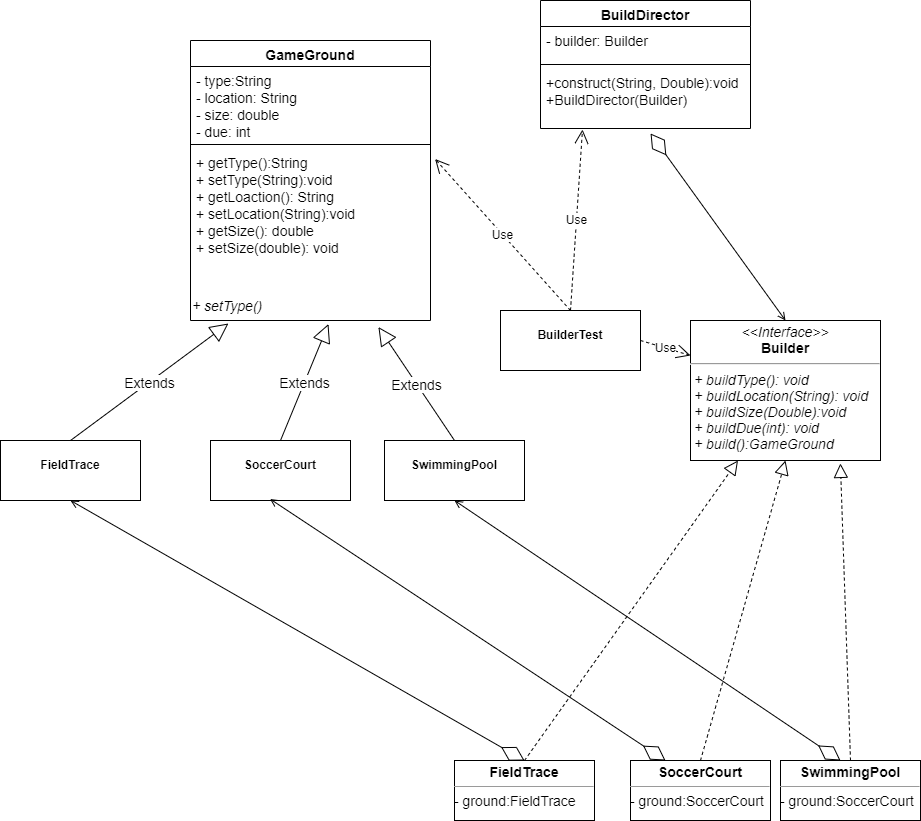
The draw.io diagram class-diagrams/builder.drawio.png in Shankfizz/OlympicGames, before a commit. Source tidied: cells renumbered, new cells last; positions are measured from the earlier drawing's top-left corner, leaving out a move shared by most shapes.
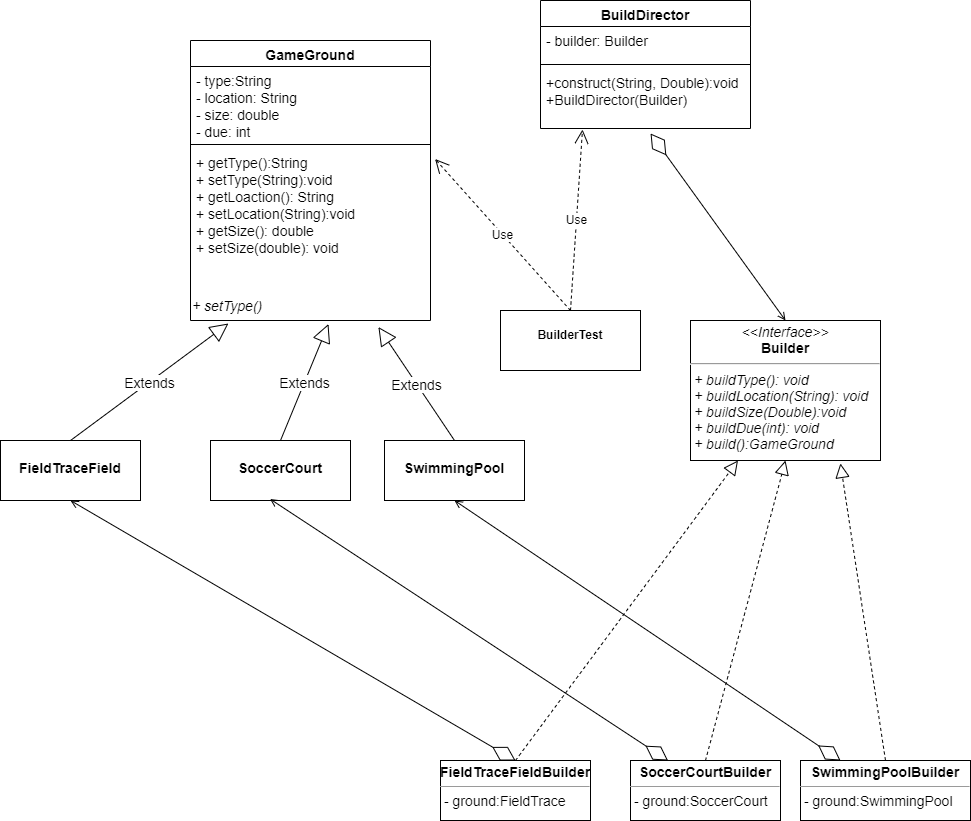
The same diagram one commit later.

Commit message:
too lazy to submit...

The edit, as a diff of the source:
```diff
@@ -17,19 +17,19 @@
     <mxCell id="6" value="&lt;i&gt;+ setType()&lt;/i&gt;" style="text;html=1;strokeColor=none;fillColor=none;align=left;verticalAlign=middle;whiteSpace=wrap;rounded=0;fontSize=14;" parent="2" vertex="1">
       <mxGeometry y="250" width="240" height="30" as="geometry" />
     </mxCell>
-    <mxCell id="7" value="&lt;p style=&quot;margin: 0px ; margin-top: 4px ; text-align: center&quot;&gt;&lt;br&gt;&lt;b&gt;FieldTrace&lt;/b&gt;&lt;/p&gt;" style="verticalAlign=top;align=left;overflow=fill;fontSize=12;fontFamily=Helvetica;html=1;" parent="1" vertex="1">
+    <mxCell id="7" value="&lt;p style=&quot;margin: 4px 0px 0px ; text-align: center ; font-size: 14px&quot;&gt;&lt;br style=&quot;font-size: 14px&quot;&gt;&lt;b style=&quot;font-size: 14px&quot;&gt;FieldTraceField&lt;/b&gt;&lt;/p&gt;" style="verticalAlign=top;align=left;overflow=fill;fontSize=14;fontFamily=Helvetica;html=1;" parent="1" vertex="1">
       <mxGeometry y="440" width="140" height="60" as="geometry" />
     </mxCell>
     <mxCell id="8" value="Extends" style="endArrow=block;endSize=16;endFill=0;html=1;fontSize=14;exitX=0.5;exitY=0;exitDx=0;exitDy=0;entryX=0.158;entryY=1.1;entryDx=0;entryDy=0;entryPerimeter=0;" parent="1" edge="1" source="7" target="6">
       <mxGeometry relative="1" as="geometry" />
     </mxCell>
-    <mxCell id="9" value="&lt;p style=&quot;margin: 0px ; margin-top: 4px ; text-align: center&quot;&gt;&lt;br&gt;&lt;b&gt;SwimmingPool&lt;/b&gt;&lt;/p&gt;" style="verticalAlign=top;align=left;overflow=fill;fontSize=12;fontFamily=Helvetica;html=1;" parent="1" vertex="1">
+    <mxCell id="9" value="&lt;p style=&quot;margin: 4px 0px 0px; text-align: center; font-size: 14px;&quot;&gt;&lt;br style=&quot;font-size: 14px;&quot;&gt;&lt;b style=&quot;font-size: 14px;&quot;&gt;SwimmingPool&lt;/b&gt;&lt;/p&gt;" style="verticalAlign=top;align=left;overflow=fill;fontSize=14;fontFamily=Helvetica;html=1;" parent="1" vertex="1">
       <mxGeometry x="384" y="440" width="140" height="60" as="geometry" />
     </mxCell>
     <mxCell id="10" value="Extends" style="endArrow=block;endSize=16;endFill=0;html=1;fontSize=14;exitX=0.5;exitY=0;exitDx=0;exitDy=0;entryX=0.783;entryY=1.217;entryDx=0;entryDy=0;entryPerimeter=0;" parent="1" edge="1" source="9" target="6">
       <mxGeometry relative="1" as="geometry" />
     </mxCell>
-    <mxCell id="11" value="&lt;p style=&quot;margin: 0px ; margin-top: 4px ; text-align: center&quot;&gt;&lt;br&gt;&lt;b&gt;SoccerCourt&lt;/b&gt;&lt;/p&gt;&lt;p style=&quot;margin: 0px ; margin-top: 4px ; text-align: center&quot;&gt;&lt;b&gt;&lt;br&gt;&lt;/b&gt;&lt;/p&gt;" style="verticalAlign=top;align=left;overflow=fill;fontSize=12;fontFamily=Helvetica;html=1;" parent="1" vertex="1">
+    <mxCell id="11" value="&lt;p style=&quot;margin: 4px 0px 0px; text-align: center; font-size: 14px;&quot;&gt;&lt;br style=&quot;font-size: 14px;&quot;&gt;&lt;b style=&quot;font-size: 14px;&quot;&gt;SoccerCourt&lt;/b&gt;&lt;/p&gt;&lt;p style=&quot;margin: 4px 0px 0px; text-align: center; font-size: 14px;&quot;&gt;&lt;b style=&quot;font-size: 14px;&quot;&gt;&lt;br style=&quot;font-size: 14px;&quot;&gt;&lt;/b&gt;&lt;/p&gt;" style="verticalAlign=top;align=left;overflow=fill;fontSize=14;fontFamily=Helvetica;html=1;" parent="1" vertex="1">
       <mxGeometry x="210" y="440" width="140" height="60" as="geometry" />
     </mxCell>
     <mxCell id="12" value="Extends" style="endArrow=block;endSize=16;endFill=0;html=1;fontSize=14;exitX=0.5;exitY=0;exitDx=0;exitDy=0;entryX=0.575;entryY=1.117;entryDx=0;entryDy=0;entryPerimeter=0;" parent="1" edge="1" source="11" target="6">
@@ -56,20 +56,20 @@
     <mxCell id="19" style="endArrow=block;dashed=1;endFill=0;endSize=12;html=1;rounded=0;entryX=0.25;entryY=1;entryDx=0;entryDy=0;exitX=0.5;exitY=0;exitDx=0;exitDy=0;" parent="1" edge="1" source="20" target="18">
       <mxGeometry relative="1" as="geometry" />
     </mxCell>
-    <mxCell id="20" value="&lt;p style=&quot;margin: 4px 0px 0px ; text-align: center ; font-size: 14px&quot;&gt;&lt;b&gt;FieldTrace&lt;/b&gt;&lt;/p&gt;&lt;hr size=&quot;1&quot;&gt;&lt;div style=&quot;height: 2px ; font-size: 14px&quot;&gt;- ground:FieldTrace&lt;/div&gt;" style="verticalAlign=top;align=left;overflow=fill;fontSize=12;fontFamily=Helvetica;html=1;" parent="1" vertex="1">
-      <mxGeometry x="454" y="760" width="140" height="60" as="geometry" />
+    <mxCell id="20" value="&lt;p style=&quot;margin: 4px 0px 0px ; text-align: center ; font-size: 14px&quot;&gt;&lt;b&gt;FieldTraceFieldBuilder&lt;/b&gt;&lt;/p&gt;&lt;hr size=&quot;1&quot;&gt;&lt;div style=&quot;height: 2px ; font-size: 14px&quot;&gt;&amp;nbsp;- ground:FieldTrace&lt;/div&gt;" style="verticalAlign=top;align=left;overflow=fill;fontSize=12;fontFamily=Helvetica;html=1;" parent="1" vertex="1">
+      <mxGeometry x="440" y="760" width="150" height="60" as="geometry" />
     </mxCell>
     <mxCell id="21" style="endArrow=block;dashed=1;endFill=0;endSize=12;html=1;rounded=0;exitX=0.5;exitY=0;exitDx=0;exitDy=0;entryX=0.5;entryY=1;entryDx=0;entryDy=0;" parent="1" edge="1" source="22" target="18">
       <mxGeometry relative="1" as="geometry" />
     </mxCell>
-    <mxCell id="22" value="&lt;p style=&quot;margin: 4px 0px 0px ; text-align: center ; font-size: 14px&quot;&gt;&lt;b&gt;SoccerCourt&lt;/b&gt;&lt;/p&gt;&lt;hr size=&quot;1&quot;&gt;&lt;div style=&quot;height: 2px ; font-size: 14px&quot;&gt;- ground:SoccerCourt&lt;/div&gt;" style="verticalAlign=top;align=left;overflow=fill;fontSize=12;fontFamily=Helvetica;html=1;" parent="1" vertex="1">
-      <mxGeometry x="630" y="760" width="140" height="60" as="geometry" />
+    <mxCell id="22" value="&lt;p style=&quot;margin: 4px 0px 0px ; text-align: center ; font-size: 14px&quot;&gt;&lt;b&gt;SoccerCourtBuilder&lt;/b&gt;&lt;/p&gt;&lt;hr size=&quot;1&quot;&gt;&lt;div style=&quot;height: 2px ; font-size: 14px&quot;&gt;&amp;nbsp;- ground:SoccerCourt&lt;/div&gt;" style="verticalAlign=top;align=left;overflow=fill;fontSize=12;fontFamily=Helvetica;html=1;" parent="1" vertex="1">
+      <mxGeometry x="630" y="760" width="150" height="60" as="geometry" />
     </mxCell>
     <mxCell id="23" style="endArrow=diamondThin;endFill=0;endSize=24;html=1;fontSize=14;entryX=0.25;entryY=0;entryDx=0;entryDy=0;startArrow=open;startFill=0;exitX=0.425;exitY=0.975;exitDx=0;exitDy=0;exitPerimeter=0;" parent="1" edge="1" source="11" target="22">
       <mxGeometry relative="1" as="geometry" />
     </mxCell>
-    <mxCell id="24" value="&lt;p style=&quot;margin: 4px 0px 0px ; text-align: center ; font-size: 14px&quot;&gt;&lt;b&gt;SwimmingPool&lt;/b&gt;&lt;/p&gt;&lt;hr size=&quot;1&quot;&gt;&lt;div style=&quot;height: 2px ; font-size: 14px&quot;&gt;- ground:SoccerCourt&lt;/div&gt;" style="verticalAlign=top;align=left;overflow=fill;fontSize=12;fontFamily=Helvetica;html=1;" parent="1" vertex="1">
-      <mxGeometry x="780" y="760" width="140" height="60" as="geometry" />
+    <mxCell id="24" value="&lt;p style=&quot;margin: 4px 0px 0px ; text-align: center ; font-size: 14px&quot;&gt;&lt;b&gt;SwimmingPoolBuilder&lt;/b&gt;&lt;/p&gt;&lt;hr size=&quot;1&quot;&gt;&lt;div style=&quot;height: 2px ; font-size: 14px&quot;&gt;&amp;nbsp;- ground:SwimmingPool&lt;/div&gt;" style="verticalAlign=top;align=left;overflow=fill;fontSize=12;fontFamily=Helvetica;html=1;" parent="1" vertex="1">
+      <mxGeometry x="800" y="760" width="170" height="60" as="geometry" />
     </mxCell>
     <mxCell id="25" style="endArrow=diamondThin;endFill=0;endSize=24;html=1;fontSize=14;startArrow=open;startFill=0;exitX=0.5;exitY=1;exitDx=0;exitDy=0;" parent="1" edge="1" source="9">
       <mxGeometry relative="1" as="geometry">
@@ -91,8 +91,5 @@
     <mxCell id="30" value="Use" style="endArrow=open;endSize=12;dashed=1;html=1;rounded=0;exitX=0.5;exitY=0;exitDx=0;exitDy=0;entryX=0.2;entryY=1.017;entryDx=0;entryDy=0;entryPerimeter=0;" parent="1" edge="1" source="28" target="17">
       <mxGeometry relative="1" as="geometry" />
     </mxCell>
-    <mxCell id="31" value="Use" style="endArrow=open;endSize=12;dashed=1;html=1;rounded=0;exitX=1;exitY=0.5;exitDx=0;exitDy=0;entryX=0;entryY=0.25;entryDx=0;entryDy=0;" parent="1" edge="1" source="28" target="18">
-      <mxGeometry relative="1" as="geometry" />
-    </mxCell>
   </root>
 </mxGraphModel>
```
